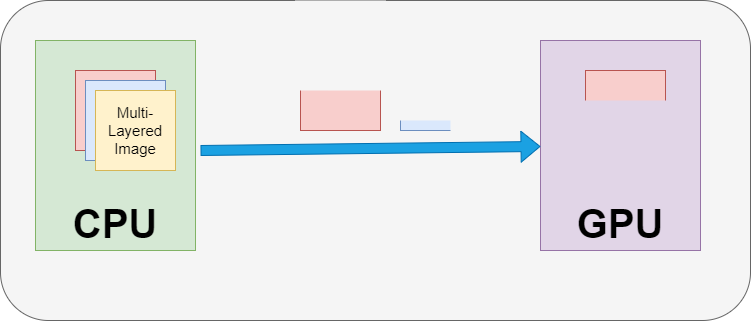
This is images/Nabla/image_transfer.png from Erfan-Ahmadi/erfan-ahmadi.github.io, a draw.io export, as it was before one commit. Source tidied: cells renumbered, new cells last; positions are measured from the earlier drawing's top-left corner, leaving out a move shared by most shapes.
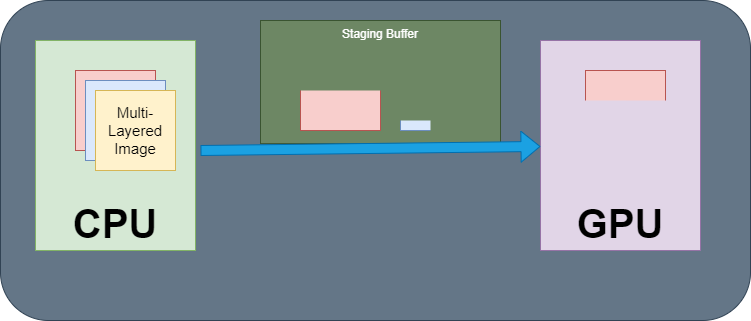
Later version of the same file.

Diff of the diagram source:
```diff
@@ -2,7 +2,7 @@
   <root>
     <mxCell id="0" />
     <mxCell id="1" parent="0" />
-    <mxCell id="2" style="rounded=1;whiteSpace=wrap;html=1;fontSize=40;fillColor=#f5f5f5;fontColor=#333333;strokeColor=#666666;" parent="1" vertex="1">
+    <mxCell id="2" style="rounded=1;whiteSpace=wrap;html=1;fontSize=40;fillColor=#647687;fontColor=#ffffff;strokeColor=#314354;" parent="1" vertex="1">
       <mxGeometry width="750" height="320" as="geometry" />
     </mxCell>
     <mxCell id="3" value="&lt;b&gt;&lt;font style=&quot;font-size: 40px;&quot;&gt;GPU&lt;/font&gt;&lt;/b&gt;" style="rounded=0;whiteSpace=wrap;html=1;fontSize=15;fillColor=#e1d5e7;strokeColor=#9673a6;verticalAlign=bottom;" parent="1" vertex="1">
@@ -26,6 +26,9 @@
     <mxCell id="9" style="whiteSpace=wrap;html=1;fontSize=15;fillColor=#e1d5e7;strokeColor=none;" parent="1" vertex="1">
       <mxGeometry x="580" y="100" width="90" height="90" as="geometry" />
     </mxCell>
+    <mxCell id="16" value="Staging Buffer" style="rounded=0;whiteSpace=wrap;html=1;verticalAlign=top;fillColor=#6d8764;fontColor=#ffffff;strokeColor=#3A5431;" parent="1" vertex="1">
+      <mxGeometry x="260" y="20" width="240" height="123.1" as="geometry" />
+    </mxCell>
     <mxCell id="10" style="shape=flexArrow;endArrow=classic;html=1;rounded=0;fontSize=15;fillColor=#1ba1e2;exitX=1;exitY=0;exitDx=0;exitDy=0;strokeColor=#006EAF;" parent="1" edge="1" target="3">
       <mxGeometry relative="1" as="geometry">
         <mxPoint x="200" y="150" as="sourcePoint" />
@@ -34,17 +37,17 @@
     <mxCell id="11" style="whiteSpace=wrap;html=1;fontSize=15;fillColor=#f8cecc;strokeColor=#b85450;" parent="1" vertex="1">
       <mxGeometry x="300" y="50" width="80" height="80" as="geometry" />
     </mxCell>
-    <mxCell id="12" style="whiteSpace=wrap;html=1;fontSize=40;fillColor=#f5f5f5;strokeColor=none;fontColor=#333333;" parent="1" vertex="1">
-      <mxGeometry x="295" width="90" height="90" as="geometry" />
-    </mxCell>
     <mxCell id="13" style="whiteSpace=wrap;html=1;fontSize=15;fillColor=#dae8fc;strokeColor=#6c8ebf;" parent="1" vertex="1">
       <mxGeometry x="400" y="50" width="80" height="80" as="geometry" />
     </mxCell>
-    <mxCell id="14" style="rounded=0;whiteSpace=wrap;html=1;fontSize=40;fillColor=#f5f5f5;strokeColor=none;fontColor=#333333;" parent="1" vertex="1">
-      <mxGeometry x="385" y="45" width="120" height="75" as="geometry" />
-    </mxCell>
-    <mxCell id="15" style="rounded=0;whiteSpace=wrap;html=1;fontSize=40;fillColor=#f5f5f5;strokeColor=none;fontColor=#333333;" parent="1" vertex="1">
-      <mxGeometry x="450" y="55" width="40" height="85" as="geometry" />
-    </mxCell>
+    <mxCell id="17" style="rounded=0;whiteSpace=wrap;html=1;verticalAlign=top;fillColor=#6d8764;fontColor=#ffffff;strokeColor=none;" parent="1" vertex="1">
+      <mxGeometry x="280" y="40" width="110" height="50" as="geometry" />
+    </mxCell>
+    <mxCell id="18" style="rounded=0;whiteSpace=wrap;html=1;verticalAlign=top;fillColor=#6d8764;fontColor=#ffffff;strokeColor=none;" parent="1" vertex="1">
+      <mxGeometry x="385" y="48.8" width="105" height="71.2" as="geometry" />
+    </mxCell>
+    <mxCell id="19" style="rounded=0;whiteSpace=wrap;html=1;verticalAlign=top;fillColor=#6d8764;fontColor=#ffffff;strokeColor=none;" parent="1" vertex="1">
+      <mxGeometry x="430" y="100" width="60" height="40" as="geometry" />
+    </mxCell>
   </root>
 </mxGraphModel>
```
